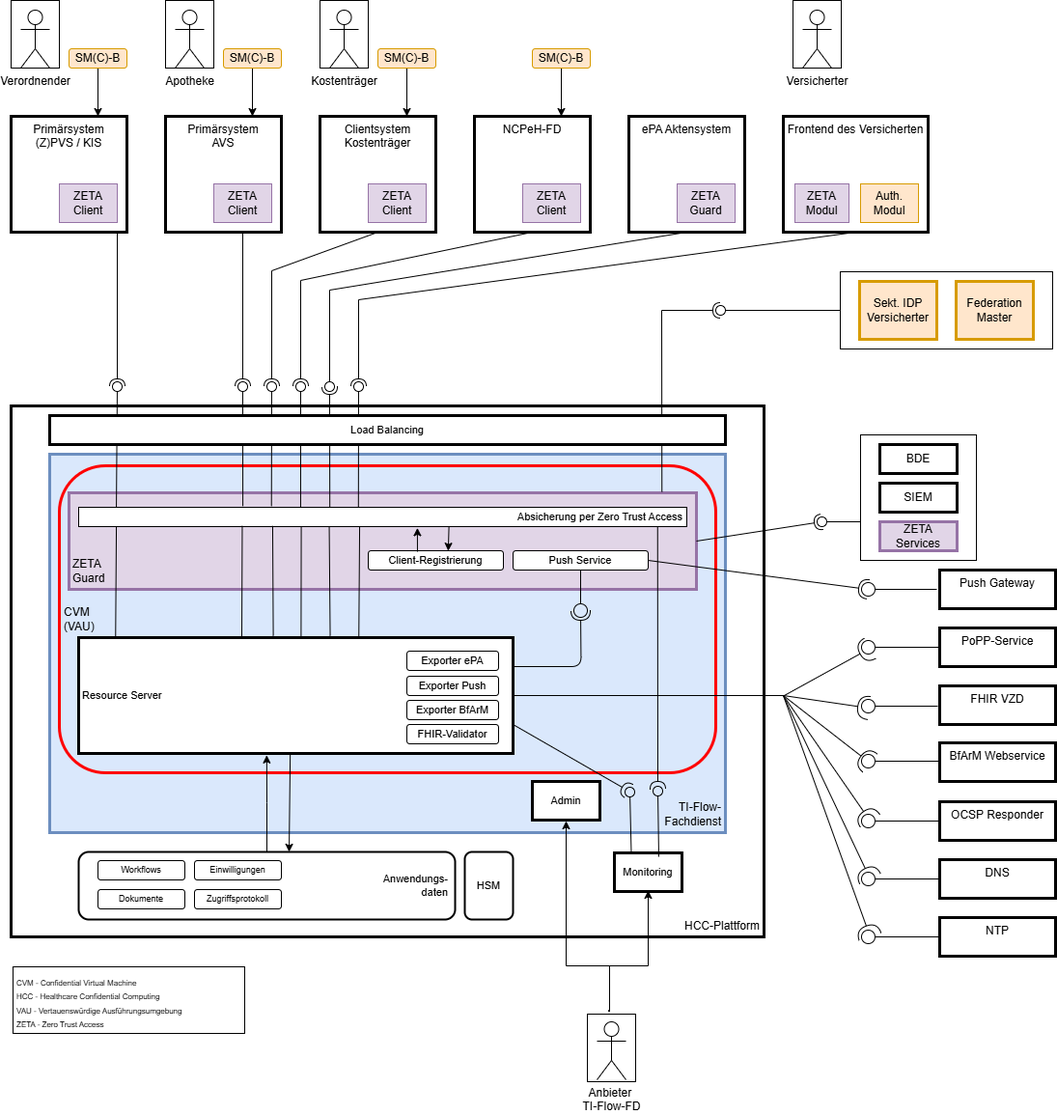
Above: igs/core/input/images/systemueberblick_TI-Flow-Fachdienst.drawio.png in gematik/fhir-igs-workflow (draw.io), before the change. Source tidied: cells renumbered, new cells last; positions are measured from the earlier drawing's top-left corner, leaving out a move shared by most shapes.
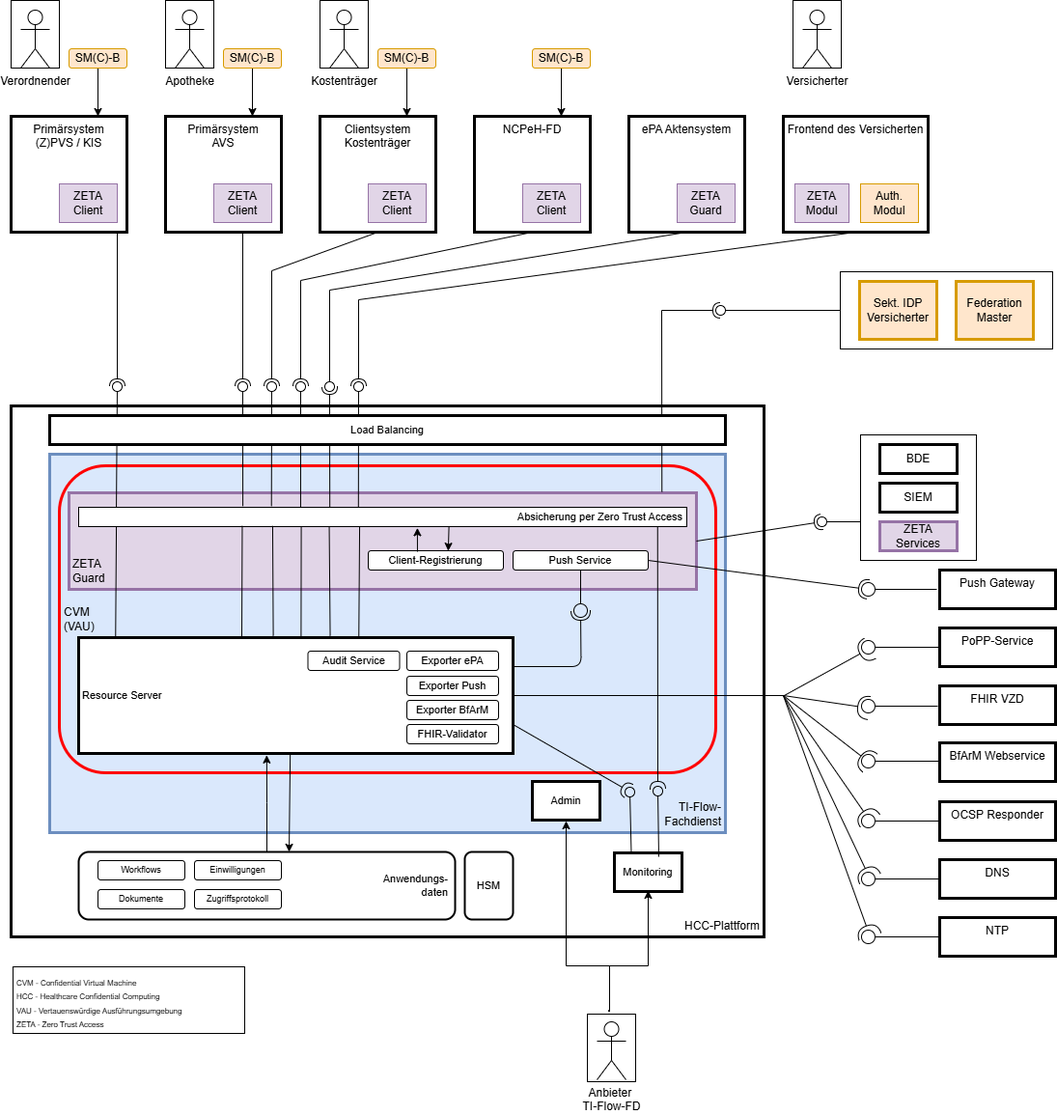
After the commit.

Commit message:
add audit service to system overview diagram

The edit, as a diff of the source:
```diff
@@ -560,5 +560,8 @@
         <mxPoint x="590" y="640" as="targetPoint" />
       </mxGeometry>
     </mxCell>
+    <mxCell id="141" value="Audit Service" style="rounded=1;whiteSpace=wrap;html=1;fontSize=11;" parent="1" vertex="1">
+      <mxGeometry x="307.5" y="674" width="95" height="20" as="geometry" />
+    </mxCell>
   </root>
 </mxGraphModel>
```
